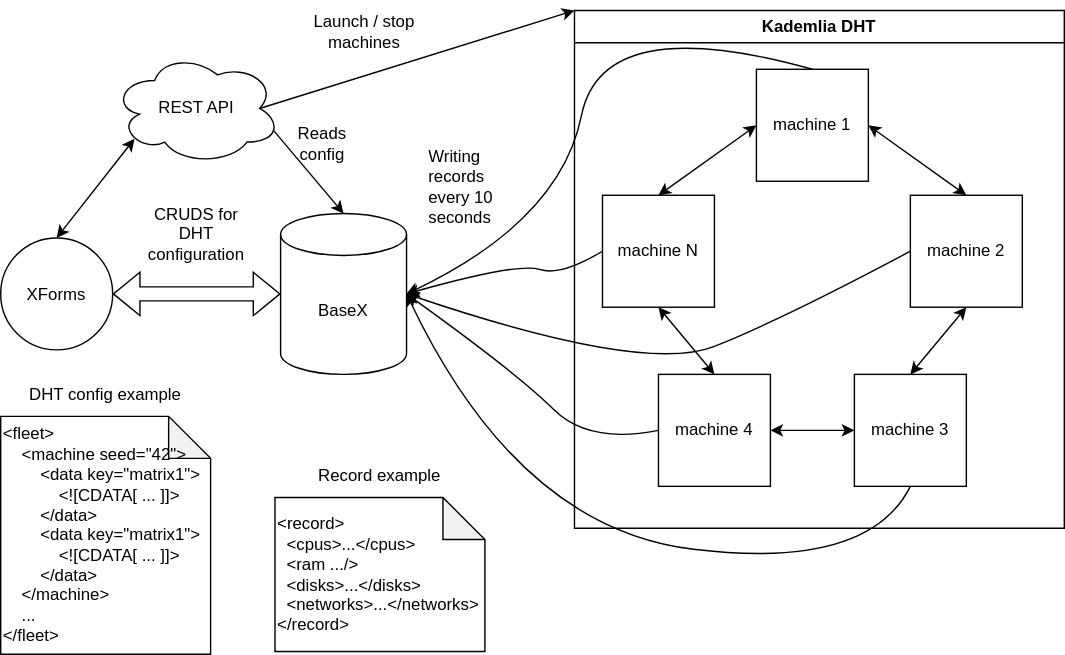
Above: project_architecture.svg in PhoqueEberlue/DesHacheThe (draw.io), before the change. Source tidied: cells renumbered, new cells last; positions are measured from the earlier drawing's top-left corner, leaving out a move shared by most shapes. Source of this version:
```xml
<mxGraphModel>
  <root>
    <mxCell id="0" />
    <mxCell id="1" parent="0" />
    <mxCell id="2" value="BaseX" style="shape=cylinder3;whiteSpace=wrap;html=1;boundedLbl=1;backgroundOutline=1;size=15;" parent="1" vertex="1">
      <mxGeometry x="200" y="145" width="90" height="115" as="geometry" />
    </mxCell>
    <mxCell id="3" value="machine N" style="whiteSpace=wrap;html=1;" parent="1" vertex="1">
      <mxGeometry x="430" y="132" width="80" height="80" as="geometry" />
    </mxCell>
    <mxCell id="4" value="machine 1" style="whiteSpace=wrap;html=1;" parent="1" vertex="1">
      <mxGeometry x="540" y="42" width="80" height="80" as="geometry" />
    </mxCell>
    <mxCell id="5" value="machine 2" style="whiteSpace=wrap;html=1;" parent="1" vertex="1">
      <mxGeometry x="650" y="132" width="80" height="80" as="geometry" />
    </mxCell>
    <mxCell id="6" value="machine 4" style="whiteSpace=wrap;html=1;" parent="1" vertex="1">
      <mxGeometry x="470" y="260" width="80" height="80" as="geometry" />
    </mxCell>
    <mxCell id="7" value="machine 3" style="whiteSpace=wrap;html=1;" parent="1" vertex="1">
      <mxGeometry x="610" y="260" width="80" height="80" as="geometry" />
    </mxCell>
    <mxCell id="8" style="endArrow=classic;startArrow=classic;html=1;rounded=0;entryX=0.5;entryY=1;entryDx=0;entryDy=0;exitX=0.5;exitY=0;exitDx=0;exitDy=0;" parent="1" edge="1" source="6" target="3">
      <mxGeometry relative="1" as="geometry" />
    </mxCell>
    <mxCell id="9" style="endArrow=classic;startArrow=classic;html=1;rounded=0;entryX=0.5;entryY=0;entryDx=0;entryDy=0;exitX=0;exitY=0.5;exitDx=0;exitDy=0;" parent="1" edge="1" source="4" target="3">
      <mxGeometry relative="1" as="geometry" />
    </mxCell>
    <mxCell id="10" style="endArrow=classic;startArrow=classic;html=1;rounded=0;entryX=1;entryY=0.5;entryDx=0;entryDy=0;exitX=0.5;exitY=0;exitDx=0;exitDy=0;" parent="1" edge="1" source="5" target="4">
      <mxGeometry relative="1" as="geometry" />
    </mxCell>
    <mxCell id="11" style="endArrow=classic;startArrow=classic;html=1;rounded=0;entryX=0.5;entryY=0;entryDx=0;entryDy=0;exitX=0.5;exitY=1;exitDx=0;exitDy=0;" parent="1" edge="1" source="5" target="7">
      <mxGeometry relative="1" as="geometry" />
    </mxCell>
    <mxCell id="12" style="endArrow=classic;startArrow=classic;html=1;rounded=0;entryX=1;entryY=0.5;entryDx=0;entryDy=0;exitX=0;exitY=0.5;exitDx=0;exitDy=0;" parent="1" edge="1" source="7" target="6">
      <mxGeometry relative="1" as="geometry" />
    </mxCell>
    <mxCell id="13" value="Kademlia DHT" style="swimlane;whiteSpace=wrap;html=1;" parent="1" vertex="1">
      <mxGeometry x="410" width="350" height="370" as="geometry" />
    </mxCell>
    <mxCell id="14" style="curved=1;endArrow=classic;html=1;rounded=0;exitX=0;exitY=0.5;exitDx=0;exitDy=0;entryX=1;entryY=0.5;entryDx=0;entryDy=0;entryPerimeter=0;" parent="1" edge="1" source="3" target="2">
      <mxGeometry relative="1" as="geometry">
        <Array as="points">
          <mxPoint x="400" y="190" />
          <mxPoint x="370" y="180" />
        </Array>
      </mxGeometry>
    </mxCell>
    <mxCell id="15" style="curved=1;endArrow=classic;html=1;rounded=0;entryX=1;entryY=0.5;entryDx=0;entryDy=0;entryPerimeter=0;exitX=0;exitY=0.5;exitDx=0;exitDy=0;" parent="1" edge="1" source="6" target="2">
      <mxGeometry relative="1" as="geometry">
        <Array as="points">
          <mxPoint x="420" y="310" />
          <mxPoint x="370" y="260" />
        </Array>
      </mxGeometry>
    </mxCell>
    <mxCell id="16" style="curved=1;endArrow=classic;html=1;rounded=0;entryX=1;entryY=0.5;entryDx=0;entryDy=0;entryPerimeter=0;exitX=0.5;exitY=0;exitDx=0;exitDy=0;" parent="1" edge="1" source="4" target="2">
      <mxGeometry relative="1" as="geometry">
        <Array as="points">
          <mxPoint x="430" />
          <mxPoint x="400" y="150" />
        </Array>
      </mxGeometry>
    </mxCell>
    <mxCell id="17" style="curved=1;endArrow=classic;html=1;rounded=0;entryX=1;entryY=0.5;entryDx=0;entryDy=0;entryPerimeter=0;exitX=0.5;exitY=1;exitDx=0;exitDy=0;" parent="1" edge="1" source="7" target="2">
      <mxGeometry relative="1" as="geometry">
        <Array as="points">
          <mxPoint x="620" y="400" />
          <mxPoint x="370" y="370" />
        </Array>
      </mxGeometry>
    </mxCell>
    <mxCell id="18" style="curved=1;endArrow=classic;html=1;rounded=0;exitX=0;exitY=0.5;exitDx=0;exitDy=0;entryX=1;entryY=0.5;entryDx=0;entryDy=0;entryPerimeter=0;" parent="1" edge="1" source="5" target="2">
      <mxGeometry relative="1" as="geometry">
        <Array as="points">
          <mxPoint x="560" y="220" />
          <mxPoint x="460" y="260" />
        </Array>
      </mxGeometry>
    </mxCell>
    <mxCell id="19" value="Writing records every 10 seconds" style="text;strokeColor=none;fillColor=none;align=left;verticalAlign=middle;spacingLeft=4;spacingRight=4;overflow=hidden;whiteSpace=wrap;html=1;" parent="1" vertex="1">
      <mxGeometry x="300" y="92" width="80" height="68" as="geometry" />
    </mxCell>
    <mxCell id="20" value="&lt;div&gt;&amp;lt;record&amp;gt;&lt;/div&gt;&lt;div&gt;&amp;nbsp; &amp;lt;cpus&amp;gt;...&amp;lt;/cpus&amp;gt;&lt;/div&gt;&lt;div&gt;&amp;nbsp; &amp;lt;ram .../&amp;gt;&lt;/div&gt;&lt;div&gt;&amp;nbsp; &amp;lt;disks&amp;gt;...&amp;lt;/disks&amp;gt;&lt;/div&gt;&lt;div&gt;&amp;nbsp; &amp;lt;networks&amp;gt;...&amp;lt;/networks&amp;gt;&lt;span style=&quot;background-color: initial; color: rgb(0, 0, 0); --darkreader-inline-bgcolor: initial; --darkreader-inline-color: #e8e6e3;&quot;&gt;&amp;lt;/record&amp;gt;&lt;/span&gt;&lt;/div&gt;" style="shape=note;whiteSpace=wrap;html=1;backgroundOutline=1;darkOpacity=0.05;align=left;" parent="1" vertex="1">
      <mxGeometry x="196" y="348" width="150" height="110" as="geometry" />
    </mxCell>
    <mxCell id="21" value="Record example" style="text;html=1;strokeColor=none;fillColor=none;align=center;verticalAlign=middle;whiteSpace=wrap;rounded=0;" parent="1" vertex="1">
      <mxGeometry x="221" y="318" width="100" height="30" as="geometry" />
    </mxCell>
    <mxCell id="22" value="XForms" style="ellipse;whiteSpace=wrap;html=1;" parent="1" vertex="1">
      <mxGeometry y="162.5" width="80" height="80" as="geometry" />
    </mxCell>
    <mxCell id="23" style="shape=flexArrow;endArrow=classic;startArrow=classic;html=1;rounded=0;exitX=1;exitY=0.5;exitDx=0;exitDy=0;entryX=0;entryY=0.5;entryDx=0;entryDy=0;entryPerimeter=0;" parent="1" edge="1" source="22" target="2">
      <mxGeometry relative="1" as="geometry" />
    </mxCell>
    <mxCell id="24" value="CRUDS for DHT configuration" style="text;html=1;strokeColor=none;fillColor=none;align=center;verticalAlign=middle;whiteSpace=wrap;rounded=0;" parent="1" vertex="1">
      <mxGeometry x="110" y="145" width="60" height="30" as="geometry" />
    </mxCell>
    <mxCell id="25" value="REST API" style="ellipse;shape=cloud;whiteSpace=wrap;html=1;" parent="1" vertex="1">
      <mxGeometry x="80" y="30" width="120" height="80" as="geometry" />
    </mxCell>
    <mxCell id="26" style="endArrow=classic;html=1;rounded=0;exitX=0.875;exitY=0.5;exitDx=0;exitDy=0;exitPerimeter=0;entryX=0;entryY=0;entryDx=0;entryDy=0;" parent="1" edge="1" source="25" target="13">
      <mxGeometry relative="1" as="geometry" />
    </mxCell>
    <mxCell id="27" value="Launch / stop machines" style="text;html=1;strokeColor=none;fillColor=none;align=center;verticalAlign=middle;whiteSpace=wrap;rounded=0;" parent="1" vertex="1">
      <mxGeometry x="210" width="100" height="30" as="geometry" />
    </mxCell>
    <mxCell id="28" style="endArrow=classic;startArrow=classic;html=1;rounded=0;exitX=0.5;exitY=0;exitDx=0;exitDy=0;entryX=0.13;entryY=0.77;entryDx=0;entryDy=0;entryPerimeter=0;" parent="1" edge="1" source="22" target="25">
      <mxGeometry relative="1" as="geometry" />
    </mxCell>
    <mxCell id="29" value="&lt;div&gt;&amp;lt;fleet&amp;gt;&lt;/div&gt;&lt;div&gt;&amp;nbsp; &amp;nbsp; &amp;lt;machine seed=&quot;42&quot;&amp;gt;&lt;/div&gt;&lt;div&gt;&amp;nbsp; &amp;nbsp; &amp;nbsp; &amp;nbsp; &amp;lt;data key=&quot;matrix1&quot;&amp;gt;&lt;/div&gt;&lt;div&gt;&amp;nbsp; &amp;nbsp; &amp;nbsp; &amp;nbsp; &amp;nbsp; &amp;nbsp; &amp;lt;![CDATA[ ... ]]&amp;gt;&lt;/div&gt;&lt;div&gt;&amp;nbsp; &amp;nbsp; &amp;nbsp; &amp;nbsp; &amp;lt;/data&amp;gt;&lt;/div&gt;&lt;div&gt;&amp;nbsp; &amp;nbsp; &amp;nbsp; &amp;nbsp; &amp;lt;data key=&quot;matrix1&quot;&amp;gt;&lt;/div&gt;&lt;div&gt;&amp;nbsp; &amp;nbsp; &amp;nbsp; &amp;nbsp; &amp;nbsp; &amp;nbsp; &amp;lt;![CDATA[ ... ]]&amp;gt;&lt;/div&gt;&lt;div&gt;&amp;nbsp; &amp;nbsp; &amp;nbsp; &amp;nbsp; &amp;lt;/data&amp;gt;&lt;/div&gt;&lt;div&gt;&amp;nbsp; &amp;nbsp; &amp;lt;/machine&amp;gt;&lt;/div&gt;&lt;div&gt;&amp;nbsp; &amp;nbsp; ...&lt;/div&gt;&lt;div&gt;&amp;lt;/fleet&amp;gt;&lt;/div&gt;" style="shape=note;whiteSpace=wrap;html=1;backgroundOutline=1;darkOpacity=0.05;align=left;" parent="1" vertex="1">
      <mxGeometry y="290" width="150" height="170" as="geometry" />
    </mxCell>
    <mxCell id="30" value="DHT config example" style="text;html=1;strokeColor=none;fillColor=none;align=center;verticalAlign=middle;whiteSpace=wrap;rounded=0;" parent="1" vertex="1">
      <mxGeometry x="15" y="260" width="120" height="30" as="geometry" />
    </mxCell>
    <mxCell id="31" style="endArrow=classic;html=1;rounded=0;exitX=0.96;exitY=0.7;exitDx=0;exitDy=0;exitPerimeter=0;entryX=0.5;entryY=0;entryDx=0;entryDy=0;entryPerimeter=0;" parent="1" edge="1" source="25" target="2">
      <mxGeometry relative="1" as="geometry" />
    </mxCell>
    <mxCell id="32" value="Reads config" style="text;html=1;strokeColor=none;fillColor=none;align=center;verticalAlign=middle;whiteSpace=wrap;rounded=0;" parent="1" vertex="1">
      <mxGeometry x="200" y="80" width="60" height="30" as="geometry" />
    </mxCell>
  </root>
</mxGraphModel>
```
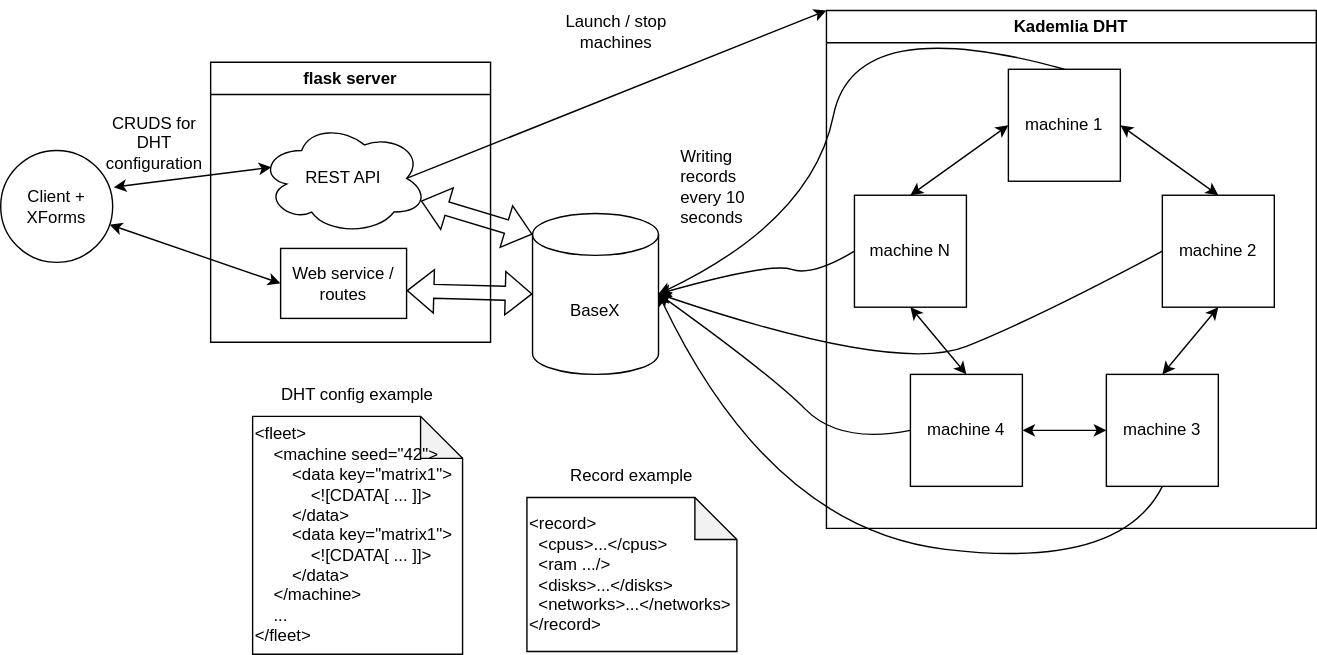
The same diagram one commit later.

What changed in the source:
```diff
@@ -87,38 +87,44 @@
     <mxCell id="21" value="Record example" style="text;html=1;strokeColor=none;fillColor=none;align=center;verticalAlign=middle;whiteSpace=wrap;rounded=0;" parent="1" vertex="1">
       <mxGeometry x="221" y="318" width="100" height="30" as="geometry" />
     </mxCell>
-    <mxCell id="22" value="XForms" style="ellipse;whiteSpace=wrap;html=1;" parent="1" vertex="1">
-      <mxGeometry y="162.5" width="80" height="80" as="geometry" />
-    </mxCell>
-    <mxCell id="23" style="shape=flexArrow;endArrow=classic;startArrow=classic;html=1;rounded=0;exitX=1;exitY=0.5;exitDx=0;exitDy=0;entryX=0;entryY=0.5;entryDx=0;entryDy=0;entryPerimeter=0;" parent="1" edge="1" source="22" target="2">
-      <mxGeometry relative="1" as="geometry" />
-    </mxCell>
     <mxCell id="24" value="CRUDS for DHT configuration" style="text;html=1;strokeColor=none;fillColor=none;align=center;verticalAlign=middle;whiteSpace=wrap;rounded=0;" parent="1" vertex="1">
-      <mxGeometry x="110" y="145" width="60" height="30" as="geometry" />
+      <mxGeometry x="-100" y="80" width="60" height="30" as="geometry" />
     </mxCell>
-    <mxCell id="25" value="REST API" style="ellipse;shape=cloud;whiteSpace=wrap;html=1;" parent="1" vertex="1">
-      <mxGeometry x="80" y="30" width="120" height="80" as="geometry" />
-    </mxCell>
     <mxCell id="26" style="endArrow=classic;html=1;rounded=0;exitX=0.875;exitY=0.5;exitDx=0;exitDy=0;exitPerimeter=0;entryX=0;entryY=0;entryDx=0;entryDy=0;" parent="1" edge="1" source="25" target="13">
       <mxGeometry relative="1" as="geometry" />
     </mxCell>
     <mxCell id="27" value="Launch / stop machines" style="text;html=1;strokeColor=none;fillColor=none;align=center;verticalAlign=middle;whiteSpace=wrap;rounded=0;" parent="1" vertex="1">
       <mxGeometry x="210" width="100" height="30" as="geometry" />
     </mxCell>
-    <mxCell id="28" style="endArrow=classic;startArrow=classic;html=1;rounded=0;exitX=0.5;exitY=0;exitDx=0;exitDy=0;entryX=0.13;entryY=0.77;entryDx=0;entryDy=0;entryPerimeter=0;" parent="1" edge="1" source="22" target="25">
-      <mxGeometry relative="1" as="geometry" />
-    </mxCell>
     <mxCell id="29" value="&lt;div&gt;&amp;lt;fleet&amp;gt;&lt;/div&gt;&lt;div&gt;&amp;nbsp; &amp;nbsp; &amp;lt;machine seed=&quot;42&quot;&amp;gt;&lt;/div&gt;&lt;div&gt;&amp;nbsp; &amp;nbsp; &amp;nbsp; &amp;nbsp; &amp;lt;data key=&quot;matrix1&quot;&amp;gt;&lt;/div&gt;&lt;div&gt;&amp;nbsp; &amp;nbsp; &amp;nbsp; &amp;nbsp; &amp;nbsp; &amp;nbsp; &amp;lt;![CDATA[ ... ]]&amp;gt;&lt;/div&gt;&lt;div&gt;&amp;nbsp; &amp;nbsp; &amp;nbsp; &amp;nbsp; &amp;lt;/data&amp;gt;&lt;/div&gt;&lt;div&gt;&amp;nbsp; &amp;nbsp; &amp;nbsp; &amp;nbsp; &amp;lt;data key=&quot;matrix1&quot;&amp;gt;&lt;/div&gt;&lt;div&gt;&amp;nbsp; &amp;nbsp; &amp;nbsp; &amp;nbsp; &amp;nbsp; &amp;nbsp; &amp;lt;![CDATA[ ... ]]&amp;gt;&lt;/div&gt;&lt;div&gt;&amp;nbsp; &amp;nbsp; &amp;nbsp; &amp;nbsp; &amp;lt;/data&amp;gt;&lt;/div&gt;&lt;div&gt;&amp;nbsp; &amp;nbsp; &amp;lt;/machine&amp;gt;&lt;/div&gt;&lt;div&gt;&amp;nbsp; &amp;nbsp; ...&lt;/div&gt;&lt;div&gt;&amp;lt;/fleet&amp;gt;&lt;/div&gt;" style="shape=note;whiteSpace=wrap;html=1;backgroundOutline=1;darkOpacity=0.05;align=left;" parent="1" vertex="1">
       <mxGeometry y="290" width="150" height="170" as="geometry" />
     </mxCell>
     <mxCell id="30" value="DHT config example" style="text;html=1;strokeColor=none;fillColor=none;align=center;verticalAlign=middle;whiteSpace=wrap;rounded=0;" parent="1" vertex="1">
       <mxGeometry x="15" y="260" width="120" height="30" as="geometry" />
     </mxCell>
+    <mxCell id="33" value="flask server" style="swimlane;whiteSpace=wrap;html=1;" parent="1" vertex="1">
+      <mxGeometry x="-30" y="37" width="200" height="200" as="geometry" />
+    </mxCell>
+    <mxCell id="25" value="REST API" style="ellipse;shape=cloud;whiteSpace=wrap;html=1;" parent="33" vertex="1">
+      <mxGeometry x="35" y="43" width="120" height="80" as="geometry" />
+    </mxCell>
+    <mxCell id="34" value="Web service / routes" style="rounded=0;whiteSpace=wrap;html=1;" parent="33" vertex="1">
+      <mxGeometry x="50" y="133" width="90" height="50" as="geometry" />
+    </mxCell>
+    <mxCell id="35" value="Client + XForms" style="ellipse;whiteSpace=wrap;html=1;" parent="1" vertex="1">
+      <mxGeometry x="-180" y="100" width="80" height="80" as="geometry" />
+    </mxCell>
+    <mxCell id="36" style="endArrow=classic;startArrow=classic;html=1;rounded=0;entryX=0;entryY=0.5;entryDx=0;entryDy=0;" parent="1" edge="1" source="35" target="34">
+      <mxGeometry relative="1" as="geometry" />
+    </mxCell>
+    <mxCell id="37" style="endArrow=classic;startArrow=classic;html=1;rounded=0;exitX=1.01;exitY=0.328;exitDx=0;exitDy=0;exitPerimeter=0;entryX=0.07;entryY=0.4;entryDx=0;entryDy=0;entryPerimeter=0;" parent="1" edge="1" source="35" target="25">
+      <mxGeometry relative="1" as="geometry" />
+    </mxCell>
-    <mxCell id="31" style="endArrow=classic;html=1;rounded=0;exitX=0.96;exitY=0.7;exitDx=0;exitDy=0;exitPerimeter=0;entryX=0.5;entryY=0;entryDx=0;entryDy=0;entryPerimeter=0;" parent="1" edge="1" source="25" target="2">
+    <mxCell id="31" style="shape=flexArrow;endArrow=classic;startArrow=classic;html=1;rounded=0;entryX=0;entryY=0;entryDx=0;entryDy=15;entryPerimeter=0;exitX=0.96;exitY=0.7;exitDx=0;exitDy=0;exitPerimeter=0;" parent="1" edge="1" source="25" target="2">
       <mxGeometry relative="1" as="geometry" />
     </mxCell>
-    <mxCell id="32" value="Reads config" style="text;html=1;strokeColor=none;fillColor=none;align=center;verticalAlign=middle;whiteSpace=wrap;rounded=0;" parent="1" vertex="1">
-      <mxGeometry x="200" y="80" width="60" height="30" as="geometry" />
-    </mxCell>
+    <mxCell id="38" style="shape=flexArrow;endArrow=classic;startArrow=classic;html=1;rounded=0;exitX=1;exitY=0.603;exitDx=0;exitDy=0;exitPerimeter=0;entryX=0;entryY=0.5;entryDx=0;entryDy=0;entryPerimeter=0;" parent="1" edge="1" source="34" target="2">
+      <mxGeometry relative="1" as="geometry" />
+    </mxCell>
   </root>
 </mxGraphModel>
```
